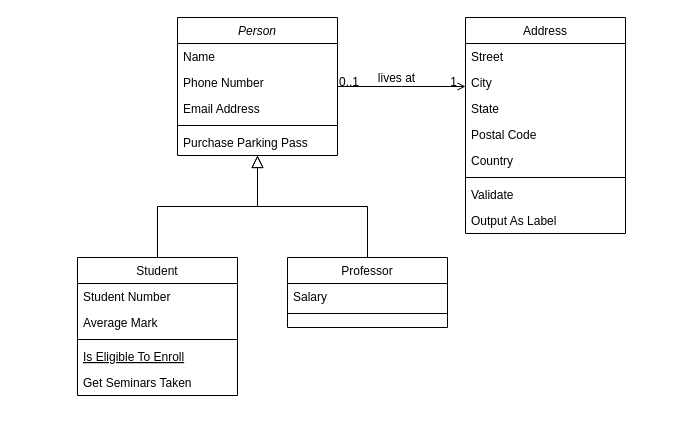
Above: Untitled Diagram.drawio in fmathias/draws (draw.io), before the change. Source tidied: cells renumbered, new cells numbered last; positions are measured from the earlier drawing's top-left corner, leaving out a move shared by most shapes. Both pictures are drawn from the tidied source at 100%, with x=0, y=0 at pixel (77, 17).
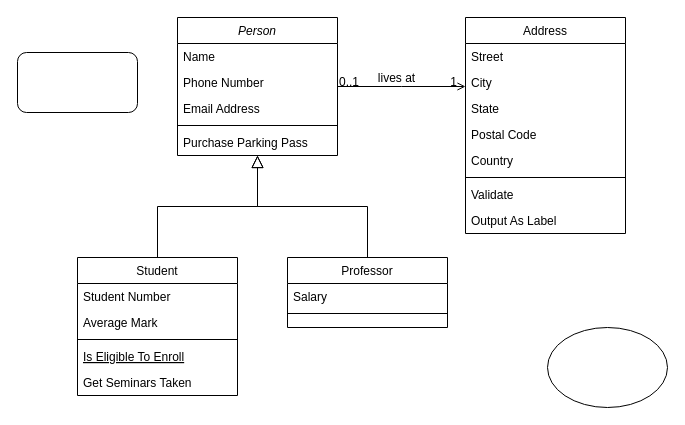
Above is the later version.

Change to the diagram source:
```diff
@@
+    <mxCell id="32" style="rounded=1;whiteSpace=wrap;html=1;" parent="1" vertex="1">
+      <mxGeometry x="-60" y="35" width="120" height="60" as="geometry" />
+    </mxCell>
+    <mxCell id="33" style="ellipse;whiteSpace=wrap;html=1;" parent="1" vertex="1">
+      <mxGeometry x="470" y="310" width="120" height="80" as="geometry" />
+    </mxCell>
```
